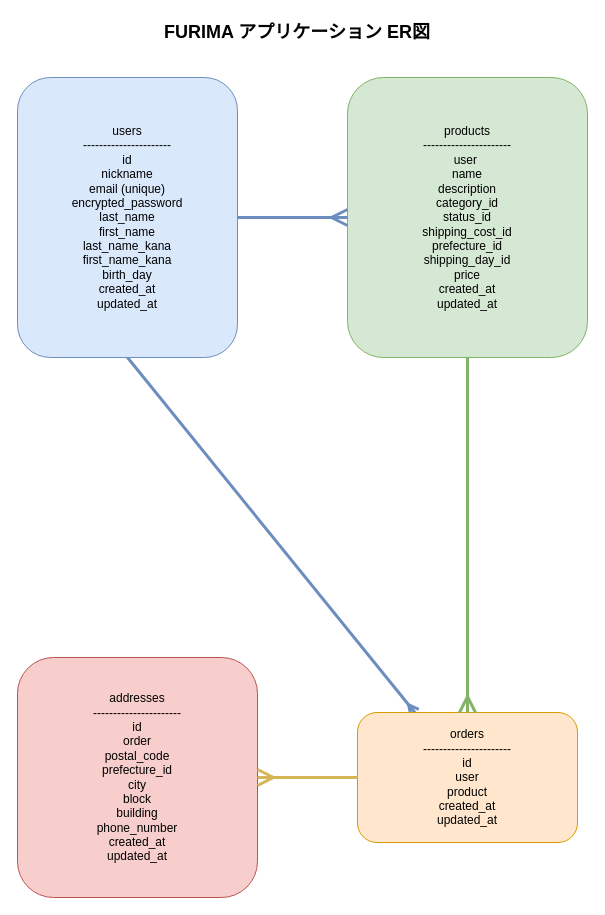
Earlier version of the draw.io diagram furima-46335.drawio (sugita-daiki/furima-46335). Source tidied: cells renumbered, new cells numbered last; positions are measured from the earlier drawing's top-left corner, leaving out a move shared by most shapes. Both pictures are drawn from the tidied source at 100%, with x=0, y=0 at pixel (17, 17).
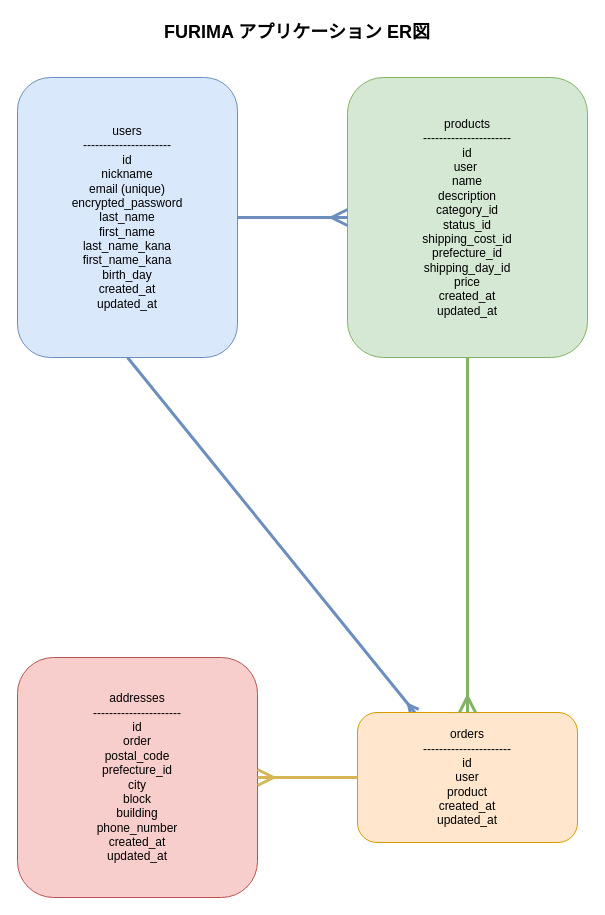
The same diagram, later.

The edit, as a diff of the source:
```diff
@@
 <mxGraphModel>
   <root>
     <mxCell id="0" />
     <mxCell id="1" parent="0" />
     <mxCell id="2" style="edgeStyle=none;html=1;exitX=0.5;exitY=1;exitDx=0;exitDy=0;strokeWidth=3;endArrow=ERmany;endFill=0;fillColor=#dae8fc;strokeColor=#6c8ebf;" parent="1" edge="1" source="3" target="5">
       <mxGeometry relative="1" as="geometry" />
     </mxCell>
     <mxCell id="3" value="users&#10;----------------------&#10;id&#10;nickname&#10;email (unique)&#10;encrypted_password&#10;last_name&#10;first_name&#10;last_name_kana&#10;first_name_kana&#10;birth_day&#10;created_at&#10;updated_at" style="shape=rectangle;whiteSpace=wrap;rounded=1;fillColor=#dae8fc;strokeColor=#6c8ebf;fontSize=12;" parent="1" vertex="1">
       <mxGeometry y="60" width="220" height="280" as="geometry" />
     </mxCell>
-    <mxCell id="4" value="products&#10;----------------------&#10;user &#10;name&#10;description&#10;category_id&#10;status_id&#10;shipping_cost_id&#10;prefecture_id&#10;shipping_day_id&#10;price&#10;created_at&#10;updated_at" style="shape=rectangle;whiteSpace=wrap;rounded=1;fillColor=#d5e8d4;strokeColor=#82b366;fontSize=12;" parent="1" vertex="1">
+    <mxCell id="4" value="products&#10;----------------------&#10;id&#10;user &#10;name&#10;description&#10;category_id&#10;status_id&#10;shipping_cost_id&#10;prefecture_id&#10;shipping_day_id&#10;price&#10;created_at&#10;updated_at" style="shape=rectangle;whiteSpace=wrap;rounded=1;fillColor=#d5e8d4;strokeColor=#82b366;fontSize=12;" parent="1" vertex="1">
       <mxGeometry x="330" y="60" width="240" height="280" as="geometry" />
     </mxCell>
     <mxCell id="5" value="orders&#10;----------------------&#10;id&#10;user&#10;product&#10;created_at&#10;updated_at" style="shape=rectangle;whiteSpace=wrap;rounded=1;fontSize=12;glass=0;fillColor=#ffe6cc;strokeColor=#d79b00;" parent="1" vertex="1">
       <mxGeometry x="340" y="695" width="220" height="130" as="geometry" />
     </mxCell>
     <mxCell id="6" value="addresses&#10;----------------------&#10;id&#10;order&#10;postal_code&#10;prefecture_id&#10;city&#10;block&#10;building&#10;phone_number&#10;created_at&#10;updated_at" style="shape=rectangle;whiteSpace=wrap;rounded=1;fillColor=#f8cecc;strokeColor=#b85450;fontSize=12;" parent="1" vertex="1">
       <mxGeometry y="640" width="240" height="240" as="geometry" />
     </mxCell>
     <mxCell id="7" style="endArrow=ERmany;endFill=0;strokeWidth=3;strokeColor=#6c8ebf;endSize=12;" parent="1" edge="1" source="3" target="4">
       <mxGeometry relative="1" as="geometry">
         <Array as="points">
           <mxPoint x="290" y="200" />
         </Array>
       </mxGeometry>
     </mxCell>
     <mxCell id="8" style="endArrow=ERmany;endFill=0;strokeWidth=3;strokeColor=#82b366;endSize=12;startArrow=none;startFill=0;" parent="1" edge="1" target="5">
       <mxGeometry relative="1" as="geometry">
         <mxPoint x="450" y="340" as="sourcePoint" />
         <Array as="points">
           <mxPoint x="450" y="640" />
         </Array>
       </mxGeometry>
     </mxCell>
     <mxCell id="9" style="endArrow=ERmany;endFill=0;strokeWidth=3;strokeColor=#d6b656;endSize=12;" parent="1" edge="1" source="5" target="6">
       <mxGeometry relative="1" as="geometry" />
     </mxCell>
     <mxCell id="10" value="FURIMA アプリケーション ER図" style="text;html=1;strokeColor=none;fillColor=none;align=center;verticalAlign=middle;whiteSpace=wrap;rounded=0;fontSize=18;fontStyle=1;" parent="1" vertex="1">
       <mxGeometry x="130" width="300" height="30" as="geometry" />
     </mxCell>
   </root>
 </mxGraphModel>
```
